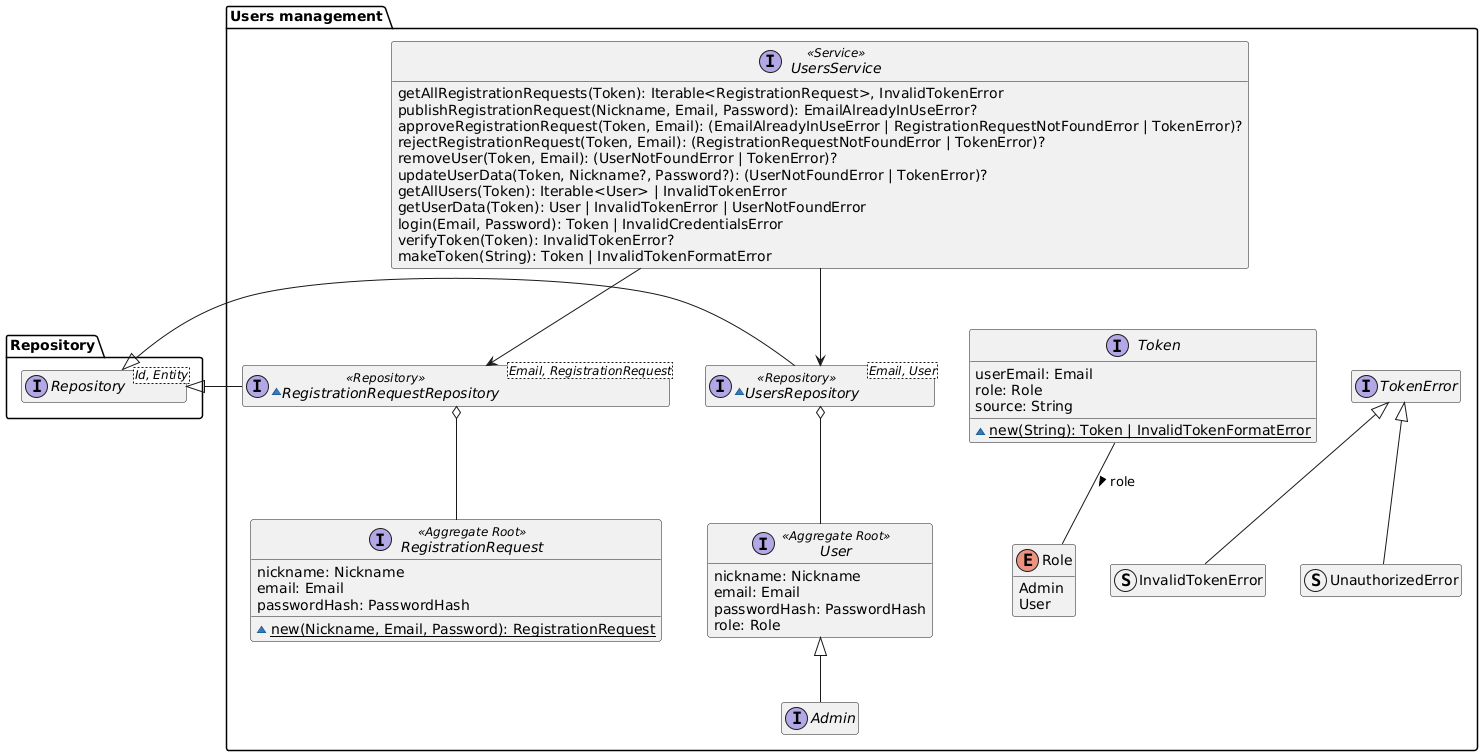
This is diagrams/generated/users-management-domain-model.png from DomoticASW/.github, a PlantUML export, as it was before one commit. Its diagram source:
```plantuml
@startuml users-management-domain-model

hide empty members
package Repository{
    interface Repository<Id, Entity>
}

package "Users management" as Users {
    interface User <<Aggregate Root>> {
        nickname: Nickname
        email: Email
        passwordHash: PasswordHash
        role: Role
    }
    interface Admin extends User

    interface RegistrationRequest <<Aggregate Root>> {
        nickname: Nickname
        email: Email
        passwordHash: PasswordHash
        ~{static} new(Nickname, Email, Password): RegistrationRequest
    }

    interface Token {
        userEmail: Email
        role: Role
        source: String
        ~{static} new(String): Token | InvalidTokenFormatError
    }
    enum Role {
        Admin
        User
    }
    Token -- Role : "role >"

    interface UsersService <<Service>> {
        getAllRegistrationRequests(Token): Iterable<RegistrationRequest>, InvalidTokenError
        publishRegistrationRequest(Nickname, Email, Password): EmailAlreadyInUseError?
        approveRegistrationRequest(Token, Email): (EmailAlreadyInUseError | RegistrationRequestNotFoundError | TokenError)?
        rejectRegistrationRequest(Token, Email): (RegistrationRequestNotFoundError | TokenError)?
        removeUser(Token, Email): (UserNotFoundError | TokenError)?
        updateUserData(Token, Nickname?, Password?): (UserNotFoundError | TokenError)?
        getAllUsers(Token): Iterable<User> | InvalidTokenError
        getUserData(Token): User | InvalidTokenError | UserNotFoundError
        login(Email, Password): Token | InvalidCredentialsError
        verifyToken(Token): InvalidTokenError?
        makeToken(String): Token | InvalidTokenFormatError
    }

    ~interface RegistrationRequestRepository<Email, RegistrationRequest> <<Repository>> {
    }
    RegistrationRequestRepository -l-|> Repository.Repository
    RegistrationRequestRepository o-- RegistrationRequest
    ~interface UsersRepository<Email, User> <<Repository>> {
    }
    UsersRepository -l-|> Repository.Repository
    UsersRepository o-- User

    UsersService --> UsersRepository
    UsersService --> RegistrationRequestRepository

    interface TokenError
    struct UnauthorizedError extends TokenError
    struct InvalidTokenError extends TokenError
    Token -r[hidden]- TokenError

    UsersService -[hidden]-> Token
}

@enduml
```
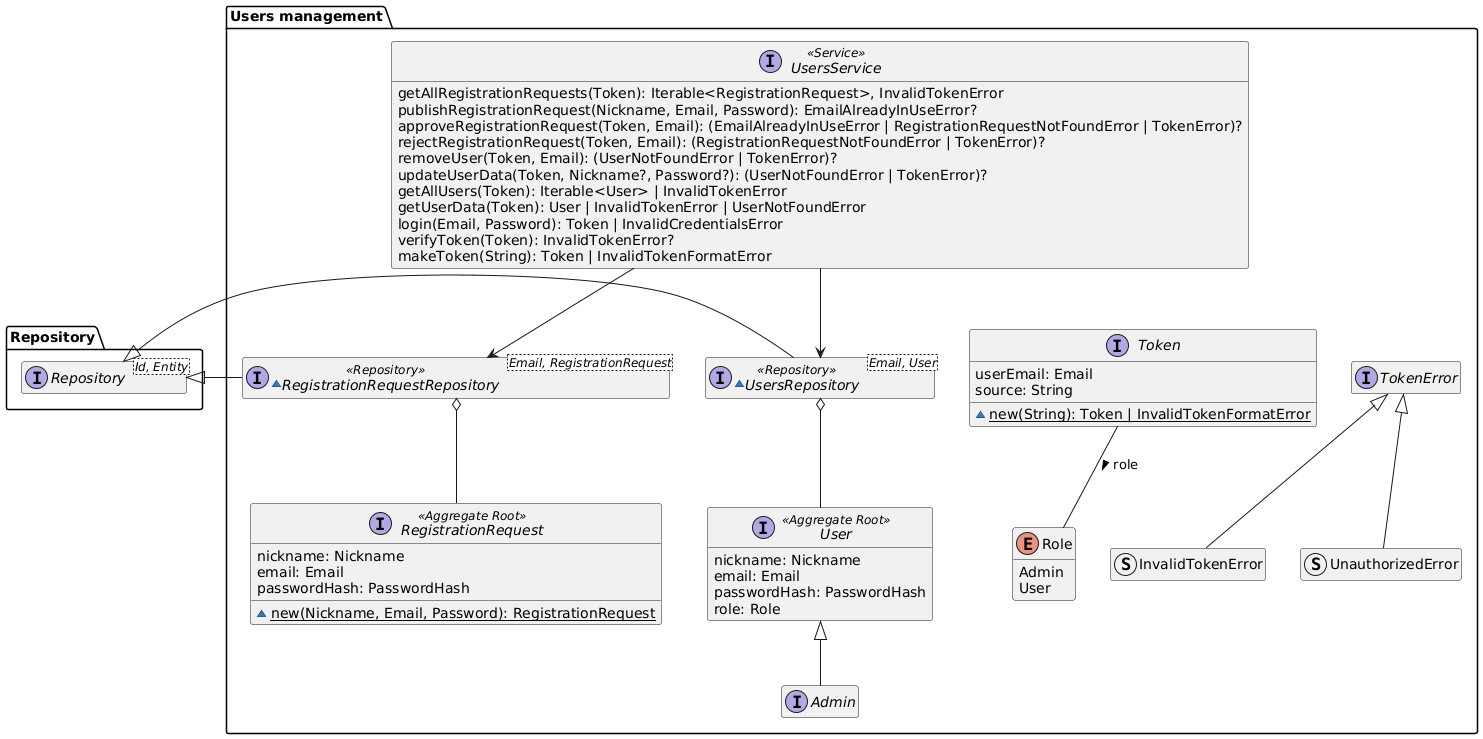
The same diagram one commit later.

Commit message:
fix: remove role attribute from Token interface

Change to the diagram source:
```diff
@@ -23,7 +23,6 @@
 
     interface Token {
         userEmail: Email
-        role: Role
         source: String
         ~{static} new(String): Token | InvalidTokenFormatError
     }
```
